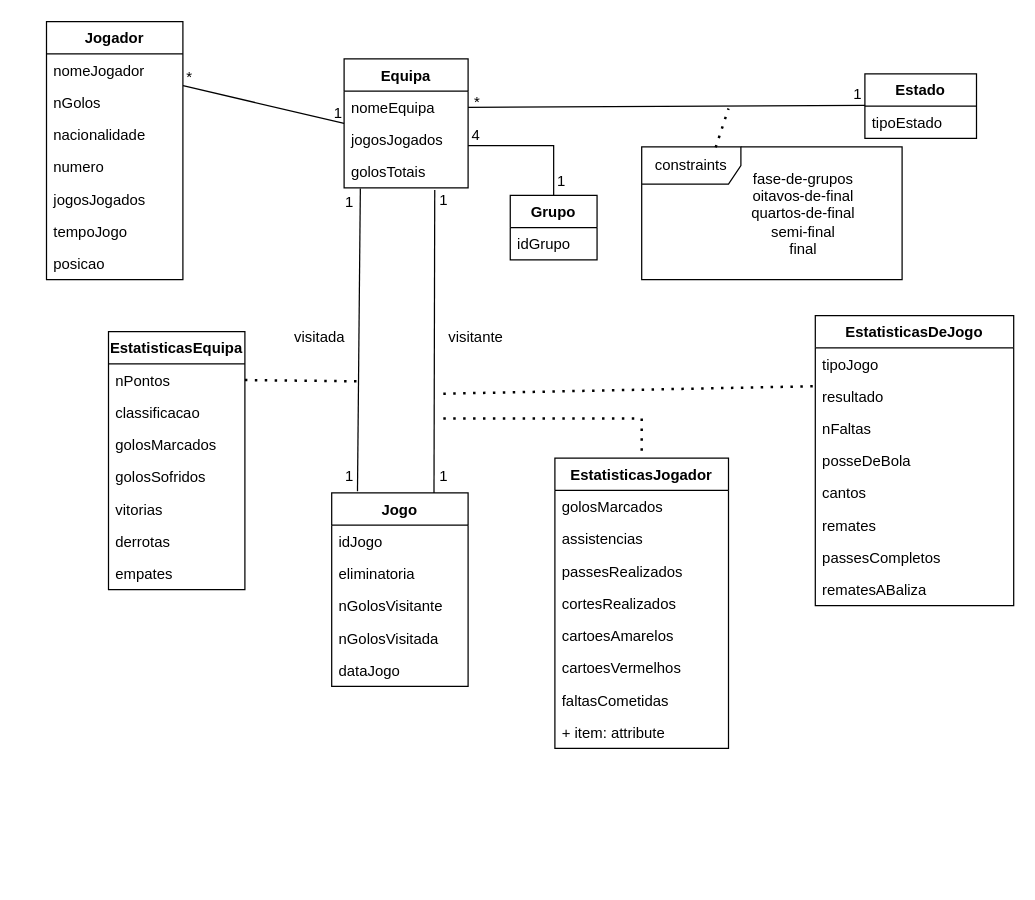
Earlier version of the draw.io diagram diagrama bonito.drawio (dratomitoma/BD). Source tidied: cells renumbered, new cells numbered last; positions are measured from the earlier drawing's top-left corner, leaving out a move shared by most shapes. Both pictures are drawn from the tidied source at 124%, with x=0, y=0 at pixel (46, 21).
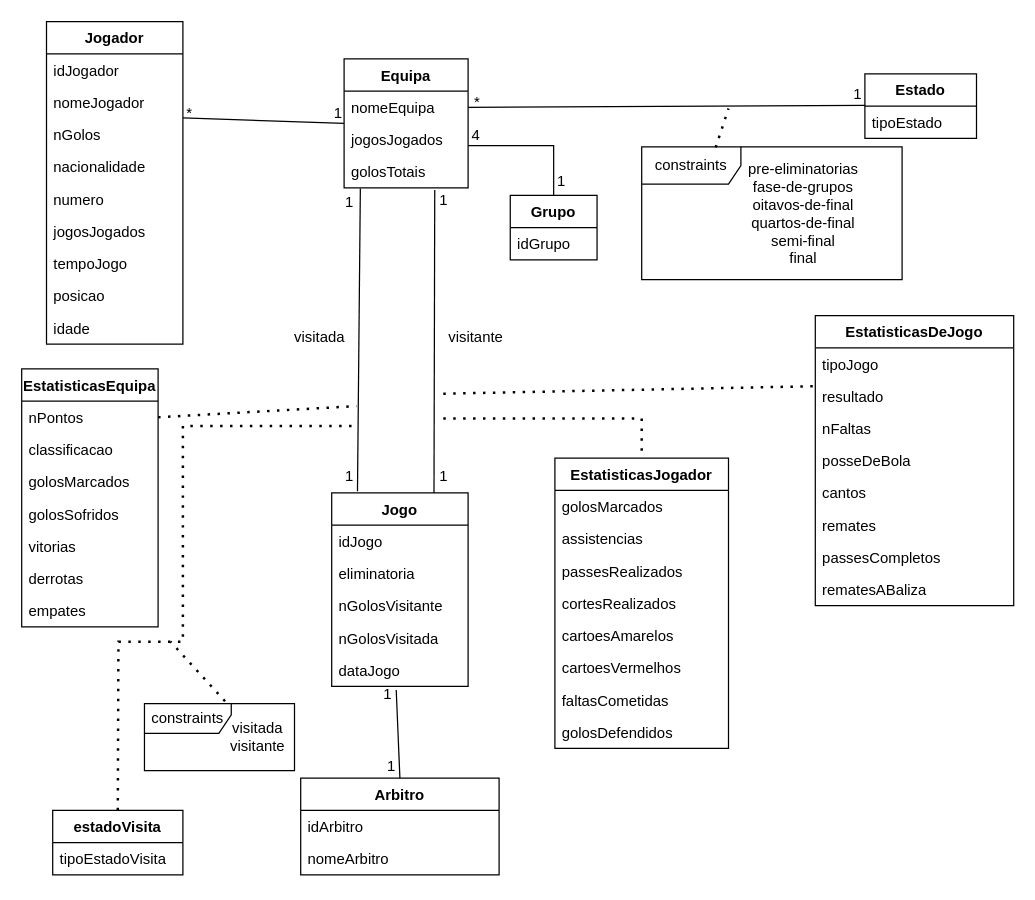
Above is the later version.

The change refers to these unchanged cells:
```xml
<mxCell id="20" value="dataJogo" style="text;strokeColor=none;fillColor=none;align=left;verticalAlign=top;spacingLeft=4;spacingRight=4;overflow=hidden;points=[[0,0.5],[1,0.5]];portConstraint=eastwest;" parent="15" vertex="1">
  <mxGeometry y="130" width="110" height="26" as="geometry" />
</mxCell>
<mxCell id="26" value="nPontos" style="text;strokeColor=none;fillColor=none;align=left;verticalAlign=top;spacingLeft=4;spacingRight=4;overflow=hidden;points=[[0,0.5],[1,0.5]];portConstraint=eastwest;" parent="25" vertex="1">
  <mxGeometry y="26" width="110" height="26" as="geometry" />
</mxCell>
<mxCell id="63" value="EstatisticasJogador" style="swimlane;fontStyle=1;align=center;verticalAlign=top;horizontal=1;startSize=26;" parent="1" vertex="1">
  <mxGeometry x="410" y="352" width="140" height="234" as="geometry" />
</mxCell>
```

What changed in the source:
```diff
@@
     <mxCell id="6" value="Jogador" style="swimlane;fontStyle=1;align=center;verticalAlign=top;horizontal=1;startSize=26;" parent="1" vertex="1">
-      <mxGeometry width="110" height="208" as="geometry" />
+      <mxGeometry width="110" height="260" as="geometry" />
     </mxCell>
+    <mxCell id="73" value="idJogador" style="text;strokeColor=none;fillColor=none;align=left;verticalAlign=top;spacingLeft=4;spacingRight=4;overflow=hidden;" parent="6" vertex="1">
+      <mxGeometry y="26" width="110" height="26" as="geometry" />
+    </mxCell>
     <mxCell id="7" value="nomeJogador" style="text;strokeColor=none;fillColor=none;align=left;verticalAlign=top;spacingLeft=4;spacingRight=4;overflow=hidden;" parent="6" vertex="1">
-      <mxGeometry y="26" width="110" height="26" as="geometry" />
+      <mxGeometry y="52" width="110" height="26" as="geometry" />
     </mxCell>
     <mxCell id="8" value="nGolos" style="text;strokeColor=none;fillColor=none;align=left;verticalAlign=top;spacingLeft=4;spacingRight=4;overflow=hidden;points=[[0,0.5],[1,0.5]];portConstraint=eastwest;" parent="6" vertex="1">
-      <mxGeometry y="52" width="110" height="26" as="geometry" />
+      <mxGeometry y="78" width="110" height="26" as="geometry" />
     </mxCell>
     <mxCell id="9" value="nacionalidade" style="text;strokeColor=none;fillColor=none;align=left;verticalAlign=top;spacingLeft=4;spacingRight=4;overflow=hidden;" parent="6" vertex="1">
-      <mxGeometry y="78" width="110" height="26" as="geometry" />
+      <mxGeometry y="104" width="110" height="26" as="geometry" />
     </mxCell>
     <mxCell id="10" value="numero" style="text;strokeColor=none;fillColor=none;align=left;verticalAlign=top;spacingLeft=4;spacingRight=4;overflow=hidden;" parent="6" vertex="1">
-      <mxGeometry y="104" width="110" height="26" as="geometry" />
+      <mxGeometry y="130" width="110" height="26" as="geometry" />
     </mxCell>
     <mxCell id="11" value="jogosJogados" style="text;strokeColor=none;fillColor=none;align=left;verticalAlign=top;spacingLeft=4;spacingRight=4;overflow=hidden;" parent="6" vertex="1">
-      <mxGeometry y="130" width="110" height="26" as="geometry" />
+      <mxGeometry y="156" width="110" height="26" as="geometry" />
     </mxCell>
     <mxCell id="12" value="tempoJogo" style="text;strokeColor=none;fillColor=none;align=left;verticalAlign=top;spacingLeft=4;spacingRight=4;overflow=hidden;" parent="6" vertex="1">
-      <mxGeometry y="156" width="110" height="26" as="geometry" />
+      <mxGeometry y="182" width="110" height="26" as="geometry" />
     </mxCell>
     <mxCell id="13" value="posicao" style="text;strokeColor=none;fillColor=none;align=left;verticalAlign=top;spacingLeft=4;spacingRight=4;overflow=hidden;" parent="6" vertex="1">
-      <mxGeometry y="182" width="110" height="26" as="geometry" />
+      <mxGeometry y="208" width="110" height="26" as="geometry" />
     </mxCell>
+    <mxCell id="74" value="idade" style="text;strokeColor=none;fillColor=none;align=left;verticalAlign=top;spacingLeft=4;spacingRight=4;overflow=hidden;" parent="6" vertex="1">
+      <mxGeometry y="234" width="110" height="26" as="geometry" />
+    </mxCell>
@@
     <mxCell id="25" value="EstatisticasEquipa" style="swimlane;fontStyle=1;align=center;verticalAlign=top;horizontal=1;startSize=26;" parent="1" vertex="1">
-      <mxGeometry x="50" y="250" width="110" height="208" as="geometry" />
+      <mxGeometry x="-20" y="280" width="110" height="208" as="geometry" />
     </mxCell>
@@
     <mxCell id="33" style="endArrow=none;dashed=1;html=1;dashPattern=1 3;strokeWidth=2;rounded=0;exitX=1;exitY=0.5;exitDx=0;exitDy=0;" parent="1" edge="1" source="26">
       <mxGeometry relative="1" as="geometry">
-        <mxPoint x="250" y="290" as="targetPoint" />
+        <mxPoint x="250" y="310" as="targetPoint" />
       </mxGeometry>
     </mxCell>
     <mxCell id="34" value="*" style="text;html=1;align=center;verticalAlign=middle;strokeColor=none;fillColor=none;" parent="1" vertex="1">
-      <mxGeometry x="100" y="30" width="30" height="30" as="geometry" />
+      <mxGeometry x="100" y="59" width="30" height="30" as="geometry" />
     </mxCell>
@@
-    <mxCell id="43" value="&lt;div&gt;fase-de-grupos&lt;/div&gt;&lt;div&gt;oitavos-de-final&lt;/div&gt;&lt;div&gt;quartos-de-final&lt;/div&gt;&lt;div&gt;semi-final&lt;br&gt;&lt;/div&gt;&lt;div&gt;final&lt;br&gt;&lt;/div&gt;" style="text;html=1;align=center;verticalAlign=middle;strokeColor=none;fillColor=none;" parent="1" vertex="1">
-      <mxGeometry x="555" y="109.5" width="110" height="90" as="geometry" />
+    <mxCell id="43" value="&lt;div&gt;pre-eliminatorias&lt;br&gt;&lt;/div&gt;&lt;div&gt;fase-de-grupos&lt;/div&gt;&lt;div&gt;oitavos-de-final&lt;/div&gt;&lt;div&gt;quartos-de-final&lt;/div&gt;&lt;div&gt;semi-final&lt;br&gt;&lt;/div&gt;&lt;div&gt;final&lt;br&gt;&lt;/div&gt;" style="text;html=1;align=center;verticalAlign=middle;strokeColor=none;fillColor=none;" parent="1" vertex="1">
+      <mxGeometry x="555" y="104.5" width="110" height="100" as="geometry" />
     </mxCell>
@@
-    <mxCell id="71" value="+ item: attribute" style="text;strokeColor=none;fillColor=none;align=left;verticalAlign=top;spacingLeft=4;spacingRight=4;overflow=hidden;" parent="63" vertex="1">
+    <mxCell id="71" value="golosDefendidos" style="text;strokeColor=none;fillColor=none;align=left;verticalAlign=top;spacingLeft=4;spacingRight=4;overflow=hidden;" parent="63" vertex="1">
       <mxGeometry y="208" width="140" height="26" as="geometry" />
     </mxCell>
@@
+    <mxCell id="75" value="Arbitro" style="swimlane;fontStyle=1;align=center;verticalAlign=top;horizontal=1;startSize=26;" parent="1" vertex="1">
+      <mxGeometry x="205" y="610" width="160" height="78" as="geometry" />
+    </mxCell>
+    <mxCell id="76" value="idArbitro" style="text;strokeColor=none;fillColor=none;align=left;verticalAlign=top;spacingLeft=4;spacingRight=4;overflow=hidden;" parent="75" vertex="1">
+      <mxGeometry y="26" width="160" height="26" as="geometry" />
+    </mxCell>
+    <mxCell id="77" value="nomeArbitro" style="text;strokeColor=none;fillColor=none;align=left;verticalAlign=top;spacingLeft=4;spacingRight=4;overflow=hidden;" parent="75" vertex="1">
+      <mxGeometry y="52" width="160" height="26" as="geometry" />
+    </mxCell>
+    <mxCell id="78" style="endArrow=none;html=1;rounded=0;entryX=0.473;entryY=1.115;entryDx=0;entryDy=0;entryPerimeter=0;exitX=0.5;exitY=0;exitDx=0;exitDy=0;" parent="1" edge="1" source="75" target="20">
+      <mxGeometry relative="1" as="geometry" />
+    </mxCell>
+    <mxCell id="79" value="1" style="text;html=1;align=center;verticalAlign=middle;strokeColor=none;fillColor=none;" parent="1" vertex="1">
+      <mxGeometry x="260" y="528" width="30" height="30" as="geometry" />
+    </mxCell>
+    <mxCell id="80" value="1" style="text;html=1;align=center;verticalAlign=middle;strokeColor=none;fillColor=none;" parent="1" vertex="1">
+      <mxGeometry x="263" y="586" width="30" height="30" as="geometry" />
+    </mxCell>
+    <mxCell id="81" value="estadoVisita" style="swimlane;fontStyle=1;align=center;verticalAlign=top;horizontal=1;startSize=26;" parent="1" vertex="1">
+      <mxGeometry x="5" y="636" width="105" height="52" as="geometry" />
+    </mxCell>
+    <mxCell id="82" value="tipoEstadoVisita" style="text;strokeColor=none;fillColor=none;align=left;verticalAlign=top;spacingLeft=4;spacingRight=4;overflow=hidden;" parent="81" vertex="1">
+      <mxGeometry y="26" width="105" height="26" as="geometry" />
+    </mxCell>
+    <mxCell id="83" style="endArrow=none;dashed=1;html=1;dashPattern=1 3;strokeWidth=2;rounded=0;exitX=0.5;exitY=0;exitDx=0;exitDy=0;" parent="1" edge="1" source="81">
+      <mxGeometry relative="1" as="geometry">
+        <mxPoint x="250" y="326" as="targetPoint" />
+        <Array as="points">
+          <mxPoint x="58" y="500" />
+          <mxPoint x="110" y="500" />
+          <mxPoint x="110" y="326" />
+          <mxPoint x="160" y="326" />
+        </Array>
+      </mxGeometry>
+    </mxCell>
+    <mxCell id="84" value="constraints" style="shape=umlFrame;whiteSpace=wrap;html=1;width=70;height=24;" parent="1" vertex="1">
+      <mxGeometry x="79" y="550" width="121" height="54" as="geometry" />
+    </mxCell>
+    <mxCell id="85" value="visitada&lt;br&gt;visitante" style="text;html=1;align=center;verticalAlign=middle;strokeColor=none;fillColor=none;" parent="1" vertex="1">
+      <mxGeometry x="135" y="557" width="70" height="40" as="geometry" />
+    </mxCell>
+    <mxCell id="86" style="endArrow=none;dashed=1;html=1;dashPattern=1 3;strokeWidth=2;rounded=0;exitX=0.537;exitY=-0.037;exitDx=0;exitDy=0;exitPerimeter=0;" parent="1" edge="1" source="84">
+      <mxGeometry relative="1" as="geometry">
+        <mxPoint x="100" y="500" as="targetPoint" />
+      </mxGeometry>
+    </mxCell>
```
